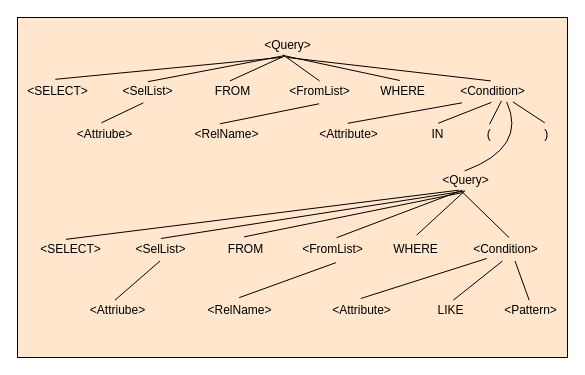
This is sql_plan_tree.drawio from arlottang/tdh_bit, a draw.io file, before an edit. Source tidied: cells renumbered, new cells numbered last; positions are measured from the earlier drawing's top-left corner, leaving out a move shared by most shapes. Both pictures are drawn from the tidied source at 100%, with x=0, y=0 at pixel (17, 17).
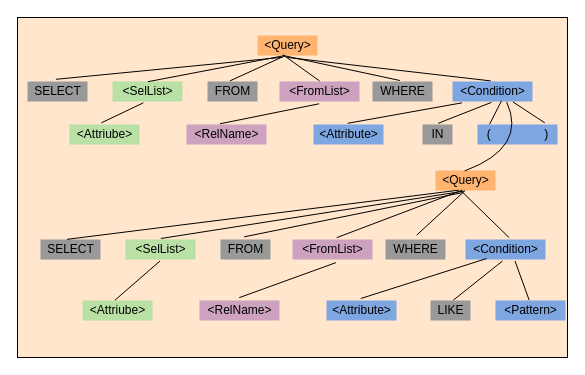
Above is the later version.

What changed in the source:
```diff
@@
-    <mxCell id="3" value="&amp;lt;Query&amp;gt;" style="text;html=1;align=center;verticalAlign=middle;points=[];fillColor=none;strokeColor=none;rounded=0;" parent="1" vertex="1">
+    <mxCell id="3" value="&amp;lt;Query&amp;gt;" style="text;html=1;align=center;verticalAlign=middle;points=[];fillColor=#FFB570;strokeColor=none;rounded=0;" parent="1" vertex="1">
       <mxGeometry x="240" y="18" width="60" height="20" as="geometry" />
     </mxCell>
-    <mxCell id="4" value="&amp;lt;SELECT&amp;gt;" style="text;html=1;align=center;verticalAlign=middle;points=[];fillColor=none;strokeColor=none;rounded=0;" parent="1" vertex="1">
-      <mxGeometry y="64" width="80" height="20" as="geometry" />
+    <mxCell id="4" value="SELECT" style="text;html=1;align=center;verticalAlign=middle;points=[];fillColor=#999999;strokeColor=none;rounded=0;" parent="1" vertex="1">
+      <mxGeometry x="10" y="64" width="60" height="20" as="geometry" />
     </mxCell>
-    <mxCell id="5" value="&amp;lt;SelList&amp;gt;" style="text;html=1;align=center;verticalAlign=middle;points=[];fillColor=none;strokeColor=none;rounded=0;" parent="1" vertex="1">
+    <mxCell id="5" value="&amp;lt;SelList&amp;gt;" style="text;html=1;align=center;verticalAlign=middle;points=[];fillColor=#B9E0A5;strokeColor=none;rounded=0;" parent="1" vertex="1">
       <mxGeometry x="95" y="64" width="70" height="20" as="geometry" />
     </mxCell>
-    <mxCell id="6" value="FROM" style="text;html=1;align=center;verticalAlign=middle;points=[];fillColor=none;strokeColor=none;rounded=0;" parent="1" vertex="1">
+    <mxCell id="6" value="FROM" style="text;html=1;align=center;verticalAlign=middle;points=[];fillColor=#999999;strokeColor=none;rounded=0;" parent="1" vertex="1">
       <mxGeometry x="190" y="64" width="50" height="20" as="geometry" />
     </mxCell>
-    <mxCell id="7" value="&amp;lt;FromList&amp;gt;" style="text;html=1;align=center;verticalAlign=middle;points=[];fillColor=none;strokeColor=none;rounded=0;" parent="1" vertex="1">
+    <mxCell id="7" value="&amp;lt;FromList&amp;gt;" style="text;html=1;align=center;verticalAlign=middle;points=[];fillColor=#CDA2BE;strokeColor=none;rounded=0;" parent="1" vertex="1">
       <mxGeometry x="262" y="64" width="80" height="20" as="geometry" />
     </mxCell>
-    <mxCell id="8" value="WHERE" style="text;html=1;align=center;verticalAlign=middle;points=[];fillColor=none;strokeColor=none;rounded=0;" parent="1" vertex="1">
+    <mxCell id="8" value="WHERE" style="text;html=1;align=center;verticalAlign=middle;points=[];fillColor=#999999;strokeColor=none;rounded=0;" parent="1" vertex="1">
       <mxGeometry x="355" y="64" width="60" height="20" as="geometry" />
     </mxCell>
-    <mxCell id="9" value="&amp;lt;Condition&amp;gt;" style="text;html=1;align=center;verticalAlign=middle;points=[];fillColor=none;strokeColor=none;rounded=0;" parent="1" vertex="1">
+    <mxCell id="9" value="&amp;lt;Condition&amp;gt;" style="text;html=1;align=center;verticalAlign=middle;points=[];fillColor=#7EA6E0;strokeColor=none;rounded=0;" parent="1" vertex="1">
       <mxGeometry x="435" y="64" width="80" height="20" as="geometry" />
     </mxCell>
-    <mxCell id="10" value="&amp;lt;Attriube&amp;gt;" style="text;html=1;align=center;verticalAlign=middle;points=[];fillColor=none;strokeColor=none;rounded=0;" parent="1" vertex="1">
+    <mxCell id="10" value="&amp;lt;Attriube&amp;gt;" style="text;html=1;align=center;verticalAlign=middle;points=[];fillColor=#B9E0A5;strokeColor=none;rounded=0;" parent="1" vertex="1">
       <mxGeometry x="52" y="107" width="70" height="20" as="geometry" />
     </mxCell>
-    <mxCell id="11" value="&amp;lt;RelName&amp;gt;" style="text;html=1;align=center;verticalAlign=middle;points=[];fillColor=none;strokeColor=none;rounded=0;" parent="1" vertex="1">
+    <mxCell id="11" value="&amp;lt;RelName&amp;gt;" style="text;html=1;align=center;verticalAlign=middle;points=[];fillColor=#CDA2BE;strokeColor=none;rounded=0;" parent="1" vertex="1">
       <mxGeometry x="169" y="107" width="80" height="20" as="geometry" />
     </mxCell>
-    <mxCell id="12" value="&amp;lt;Attribute&amp;gt;" style="text;html=1;align=center;verticalAlign=middle;points=[];fillColor=none;strokeColor=none;rounded=0;" parent="1" vertex="1">
+    <mxCell id="12" value="&amp;lt;Attribute&amp;gt;" style="text;html=1;align=center;verticalAlign=middle;points=[];fillColor=#7EA6E0;strokeColor=none;rounded=0;" parent="1" vertex="1">
       <mxGeometry x="296" y="107" width="70" height="20" as="geometry" />
     </mxCell>
-    <mxCell id="13" value="IN" style="text;html=1;align=center;verticalAlign=middle;points=[];fillColor=none;strokeColor=none;rounded=0;" parent="1" vertex="1">
+    <mxCell id="13" value="IN" style="text;html=1;align=center;verticalAlign=middle;points=[];fillColor=#999999;strokeColor=none;rounded=0;" parent="1" vertex="1">
       <mxGeometry x="405" y="107" width="30" height="20" as="geometry" />
     </mxCell>
-    <mxCell id="14" value="(&amp;nbsp; &amp;nbsp; &amp;nbsp; &amp;nbsp; &amp;nbsp; &amp;nbsp; &amp;nbsp; &amp;nbsp; )" style="text;html=1;align=center;verticalAlign=middle;points=[];fillColor=none;strokeColor=none;rounded=0;" parent="1" vertex="1">
+    <mxCell id="14" value="(&amp;nbsp; &amp;nbsp; &amp;nbsp; &amp;nbsp; &amp;nbsp; &amp;nbsp; &amp;nbsp; &amp;nbsp; )" style="text;html=1;align=center;verticalAlign=middle;points=[];fillColor=#7EA6E0;strokeColor=none;rounded=0;" parent="1" vertex="1">
       <mxGeometry x="460" y="107" width="80" height="20" as="geometry" />
     </mxCell>
-    <mxCell id="15" value="&amp;lt;Query&amp;gt;" style="text;html=1;align=center;verticalAlign=middle;points=[];fillColor=none;strokeColor=none;rounded=0;" parent="1" vertex="1">
+    <mxCell id="15" value="&amp;lt;Query&amp;gt;" style="text;html=1;align=center;verticalAlign=middle;points=[];fillColor=#FFB570;strokeColor=none;rounded=0;" parent="1" vertex="1">
       <mxGeometry x="418" y="153" width="60" height="20" as="geometry" />
     </mxCell>
-    <mxCell id="16" value="&amp;lt;SELECT&amp;gt;" style="text;html=1;align=center;verticalAlign=middle;points=[];fillColor=none;strokeColor=none;rounded=0;" parent="1" vertex="1">
-      <mxGeometry x="13" y="222" width="80" height="20" as="geometry" />
+    <mxCell id="16" value="SELECT" style="text;html=1;align=center;verticalAlign=middle;points=[];fillColor=#999999;strokeColor=none;rounded=0;" parent="1" vertex="1">
+      <mxGeometry x="23" y="222" width="60" height="20" as="geometry" />
     </mxCell>
-    <mxCell id="17" value="&amp;lt;SelList&amp;gt;" style="text;html=1;align=center;verticalAlign=middle;points=[];fillColor=none;strokeColor=none;rounded=0;" parent="1" vertex="1">
+    <mxCell id="17" value="&amp;lt;SelList&amp;gt;" style="text;html=1;align=center;verticalAlign=middle;points=[];fillColor=#B9E0A5;strokeColor=none;rounded=0;" parent="1" vertex="1">
       <mxGeometry x="108" y="222" width="70" height="20" as="geometry" />
     </mxCell>
-    <mxCell id="18" value="FROM" style="text;html=1;align=center;verticalAlign=middle;points=[];fillColor=none;strokeColor=none;rounded=0;" parent="1" vertex="1">
+    <mxCell id="18" value="FROM" style="text;html=1;align=center;verticalAlign=middle;points=[];fillColor=#999999;strokeColor=none;rounded=0;" parent="1" vertex="1">
       <mxGeometry x="203" y="222" width="50" height="20" as="geometry" />
     </mxCell>
-    <mxCell id="19" value="&amp;lt;FromList&amp;gt;" style="text;html=1;align=center;verticalAlign=middle;points=[];fillColor=none;strokeColor=none;rounded=0;" parent="1" vertex="1">
+    <mxCell id="19" value="&amp;lt;FromList&amp;gt;" style="text;html=1;align=center;verticalAlign=middle;points=[];fillColor=#CDA2BE;strokeColor=none;rounded=0;" parent="1" vertex="1">
       <mxGeometry x="275" y="222" width="80" height="20" as="geometry" />
     </mxCell>
-    <mxCell id="20" value="WHERE" style="text;html=1;align=center;verticalAlign=middle;points=[];fillColor=none;strokeColor=none;rounded=0;" parent="1" vertex="1">
+    <mxCell id="20" value="WHERE" style="text;html=1;align=center;verticalAlign=middle;points=[];fillColor=#999999;strokeColor=none;rounded=0;" parent="1" vertex="1">
       <mxGeometry x="368" y="222" width="60" height="20" as="geometry" />
     </mxCell>
-    <mxCell id="21" value="&amp;lt;Condition&amp;gt;" style="text;html=1;align=center;verticalAlign=middle;points=[];fillColor=none;strokeColor=none;rounded=0;" parent="1" vertex="1">
+    <mxCell id="21" value="&amp;lt;Condition&amp;gt;" style="text;html=1;align=center;verticalAlign=middle;points=[];fillColor=#7EA6E0;strokeColor=none;rounded=0;" parent="1" vertex="1">
       <mxGeometry x="448" y="222" width="80" height="20" as="geometry" />
     </mxCell>
-    <mxCell id="22" value="&amp;lt;Attriube&amp;gt;" style="text;html=1;align=center;verticalAlign=middle;points=[];fillColor=none;strokeColor=none;rounded=0;" parent="1" vertex="1">
+    <mxCell id="22" value="&amp;lt;Attriube&amp;gt;" style="text;html=1;align=center;verticalAlign=middle;points=[];fillColor=#B9E0A5;strokeColor=none;rounded=0;" parent="1" vertex="1">
       <mxGeometry x="65" y="283" width="70" height="20" as="geometry" />
     </mxCell>
-    <mxCell id="23" value="&amp;lt;RelName&amp;gt;" style="text;html=1;align=center;verticalAlign=middle;points=[];fillColor=none;strokeColor=none;rounded=0;" parent="1" vertex="1">
+    <mxCell id="23" value="&amp;lt;RelName&amp;gt;" style="text;html=1;align=center;verticalAlign=middle;points=[];fillColor=#CDA2BE;strokeColor=none;rounded=0;" parent="1" vertex="1">
       <mxGeometry x="182" y="283" width="80" height="20" as="geometry" />
     </mxCell>
-    <mxCell id="24" value="&amp;lt;Attribute&amp;gt;" style="text;html=1;align=center;verticalAlign=middle;points=[];fillColor=none;strokeColor=none;rounded=0;" parent="1" vertex="1">
+    <mxCell id="24" value="&amp;lt;Attribute&amp;gt;" style="text;html=1;align=center;verticalAlign=middle;points=[];fillColor=#7EA6E0;strokeColor=none;rounded=0;" parent="1" vertex="1">
       <mxGeometry x="309" y="283" width="70" height="20" as="geometry" />
     </mxCell>
-    <mxCell id="25" value="LIKE" style="text;html=1;align=center;verticalAlign=middle;points=[];fillColor=none;strokeColor=none;rounded=0;" parent="1" vertex="1">
+    <mxCell id="25" value="LIKE" style="text;html=1;align=center;verticalAlign=middle;points=[];fillColor=#999999;strokeColor=none;rounded=0;" parent="1" vertex="1">
       <mxGeometry x="413" y="283" width="40" height="20" as="geometry" />
     </mxCell>
-    <mxCell id="26" value="&amp;lt;Pattern&amp;gt;" style="text;html=1;align=center;verticalAlign=middle;points=[];fillColor=none;strokeColor=none;rounded=0;" parent="1" vertex="1">
+    <mxCell id="26" value="&amp;lt;Pattern&amp;gt;" style="text;html=1;align=center;verticalAlign=middle;points=[];fillColor=#7EA6E0;strokeColor=none;rounded=0;" parent="1" vertex="1">
       <mxGeometry x="478" y="283" width="70" height="20" as="geometry" />
     </mxCell>
```
